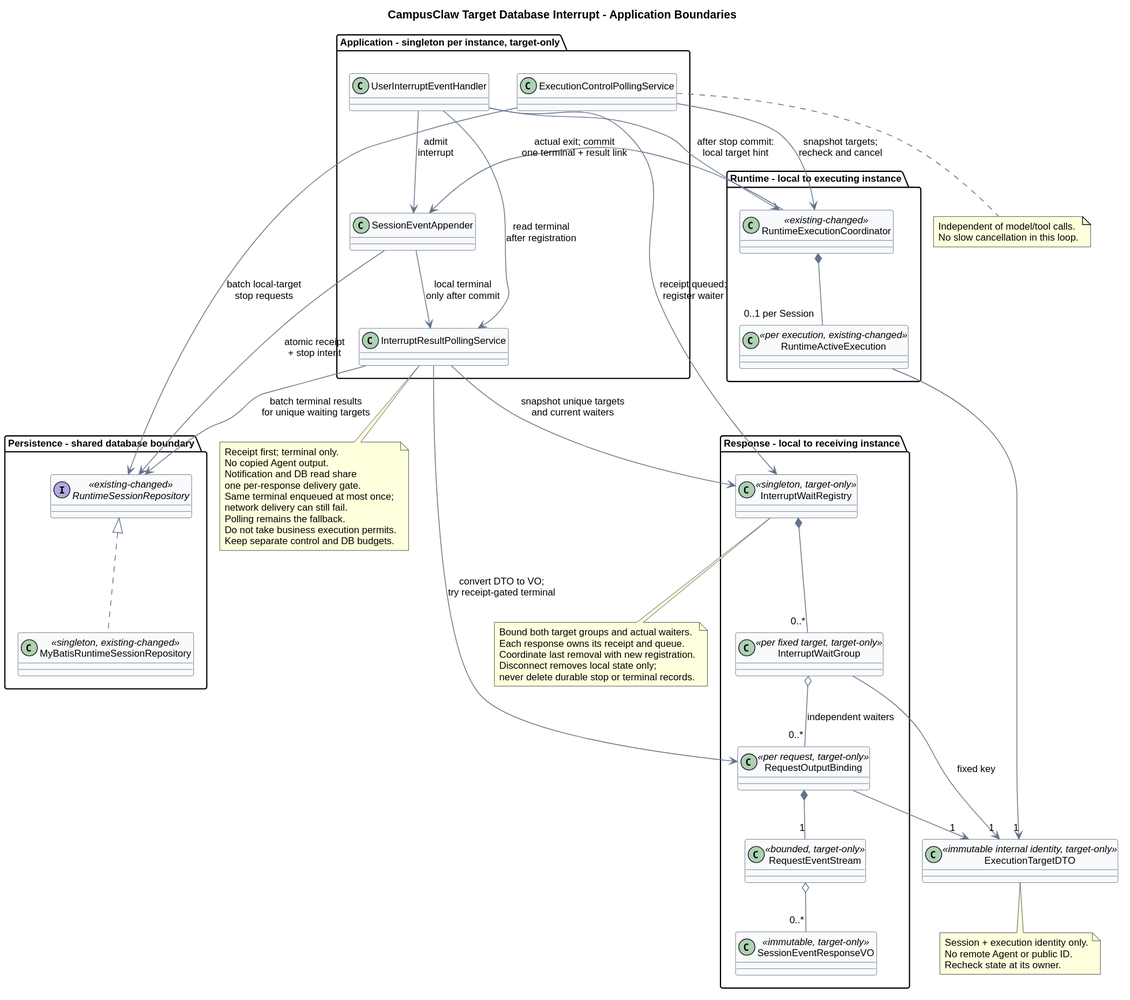
This is 01-总体架构/01-CampusClaw多Agent运行时/设计图/事件接口重设计/target_database_interrupt_classes.svg from ssm0808/pi-mono-java-design, a PlantUML export, as it was before one commit.
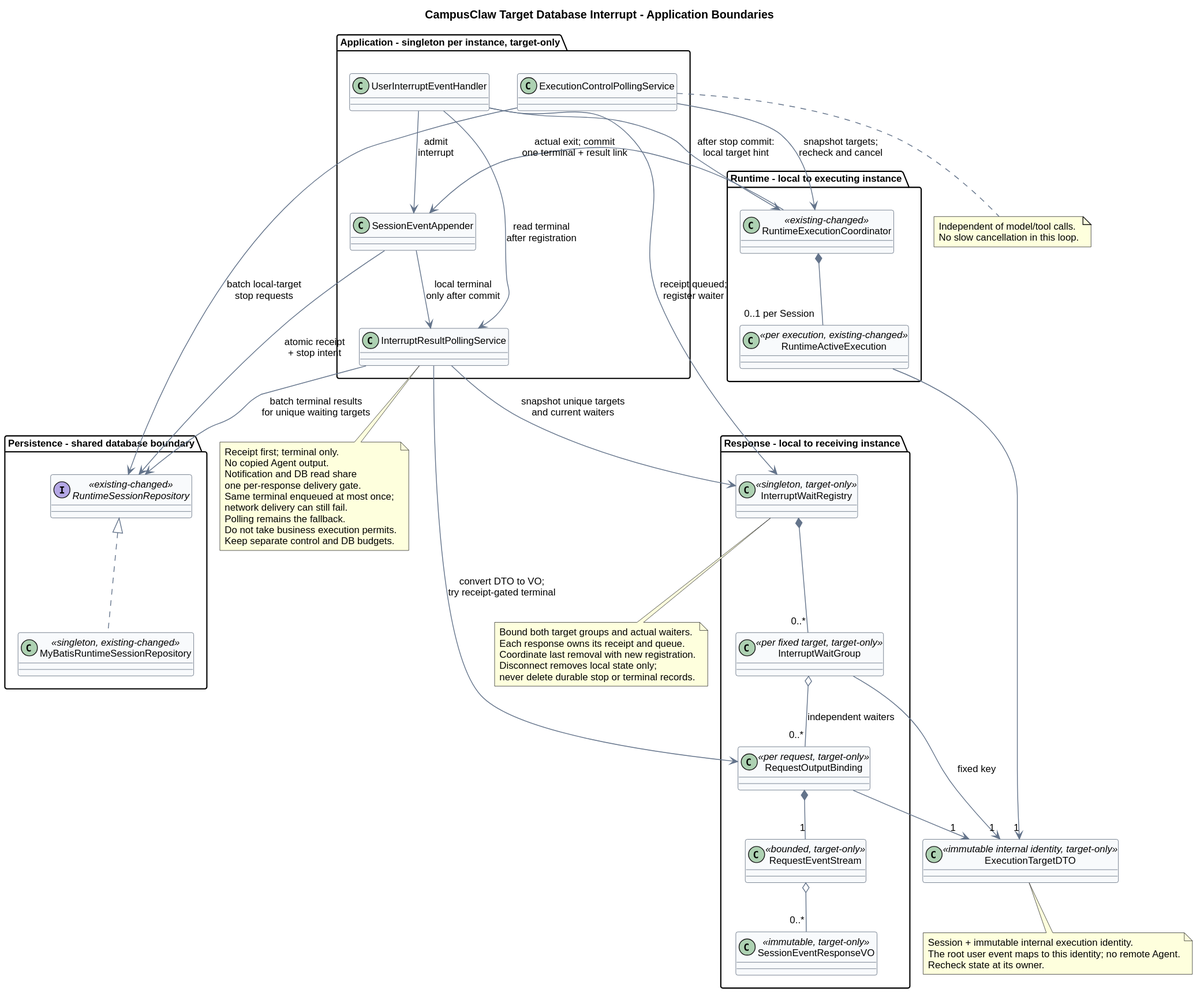
Later version of the same file.

The edit, as a diff of the source:
```diff
@@ -56,8 +56,8 @@
 Repo <|.. Adapter
 
 note bottom of Target
-Session + execution identity only.
-No remote Agent or public ID.
+Session + immutable internal execution identity.
+The root user event maps to this identity; no remote Agent.
 Recheck state at its owner.
 end note
 note bottom of Control
```
